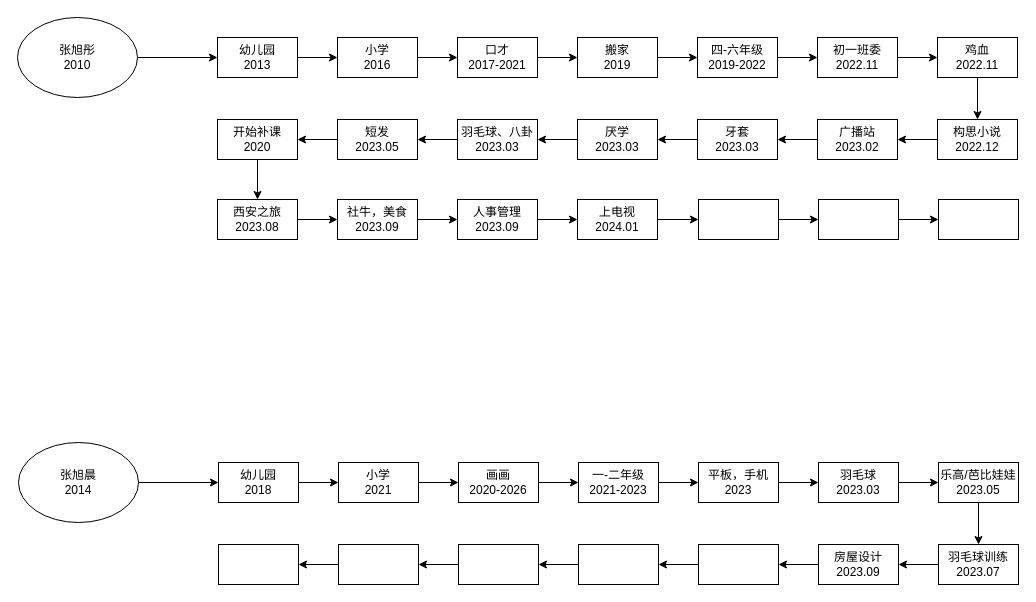
This is page "profile-niece" (5 of 9) of Fig_CS/source-file/personal.drawio from jizhang02/Figure-Factory, a draw.io file, before an edit. Source tidied: cells renumbered, new cells numbered last; positions are measured from the earlier drawing's top-left corner, leaving out a move shared by most shapes. Both pictures are drawn from the tidied source at 100%, with x=0, y=0 at pixel (17, 17).
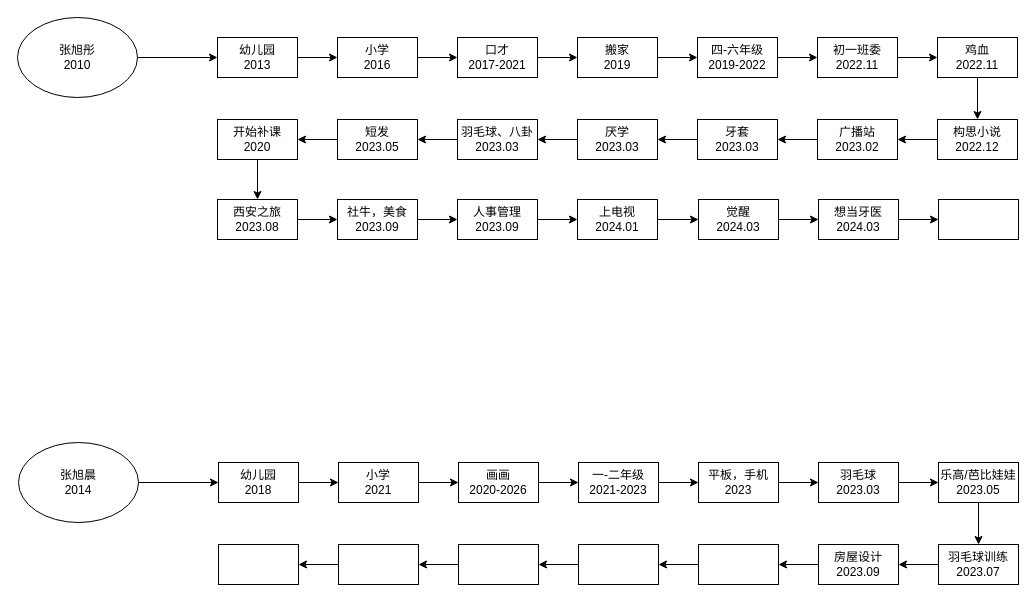
After the change.

Diff of the diagram source:
```diff
@@
-    <mxCell id="70" style="rounded=0;whiteSpace=wrap;html=1;" parent="1" vertex="1">
+    <mxCell id="70" value="觉醒&lt;br&gt;2024.03" style="rounded=0;whiteSpace=wrap;html=1;" parent="1" vertex="1">
       <mxGeometry x="681" y="182" width="80" height="40" as="geometry" />
     </mxCell>
@@
-    <mxCell id="72" style="rounded=0;whiteSpace=wrap;html=1;" parent="1" vertex="1">
+    <mxCell id="72" value="想当牙医&lt;br&gt;2024.03" style="rounded=0;whiteSpace=wrap;html=1;" parent="1" vertex="1">
       <mxGeometry x="801" y="182" width="80" height="40" as="geometry" />
     </mxCell>
```
